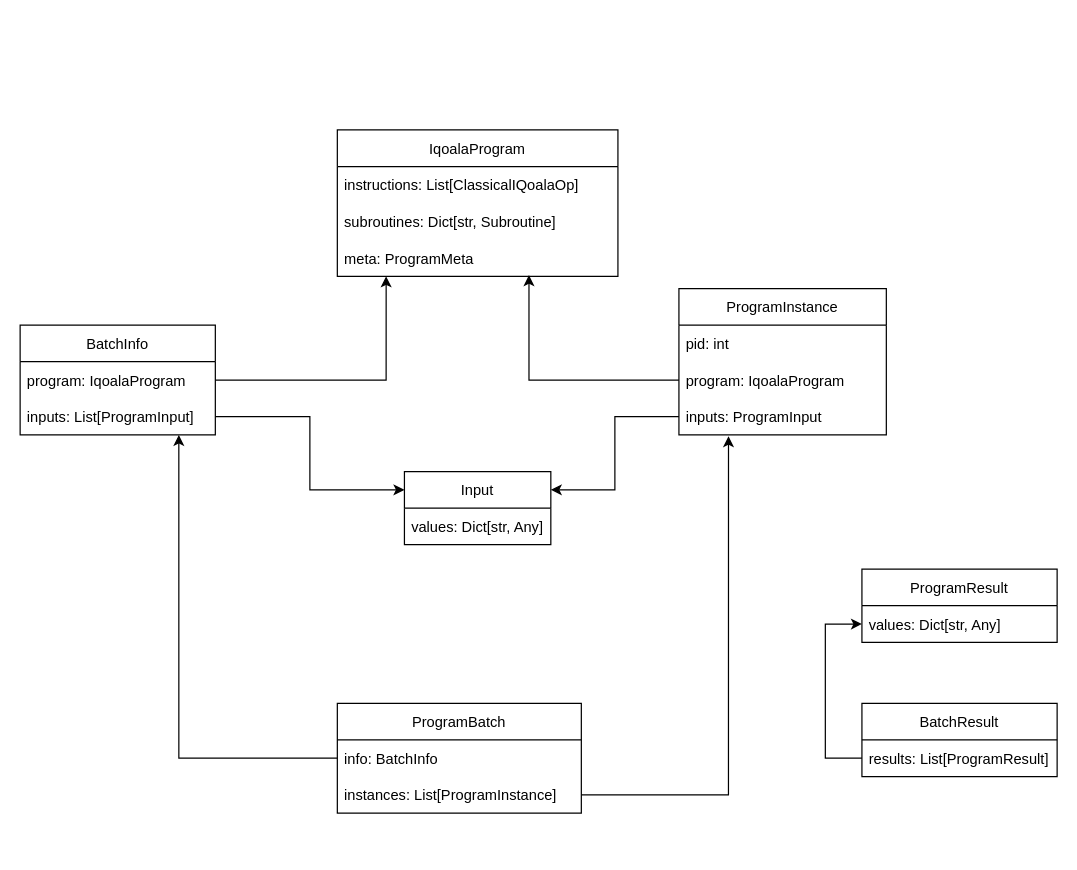
This is squidasm/qoala/arch/program_classes.drawio from QuTech-Delft/squidasm, a draw.io file, before an edit. Source tidied: cells renumbered, new cells numbered last; positions are measured from the earlier drawing's top-left corner, leaving out a move shared by most shapes. Both pictures are drawn from the tidied source at 122%, with x=0, y=0 at pixel (20, 129).
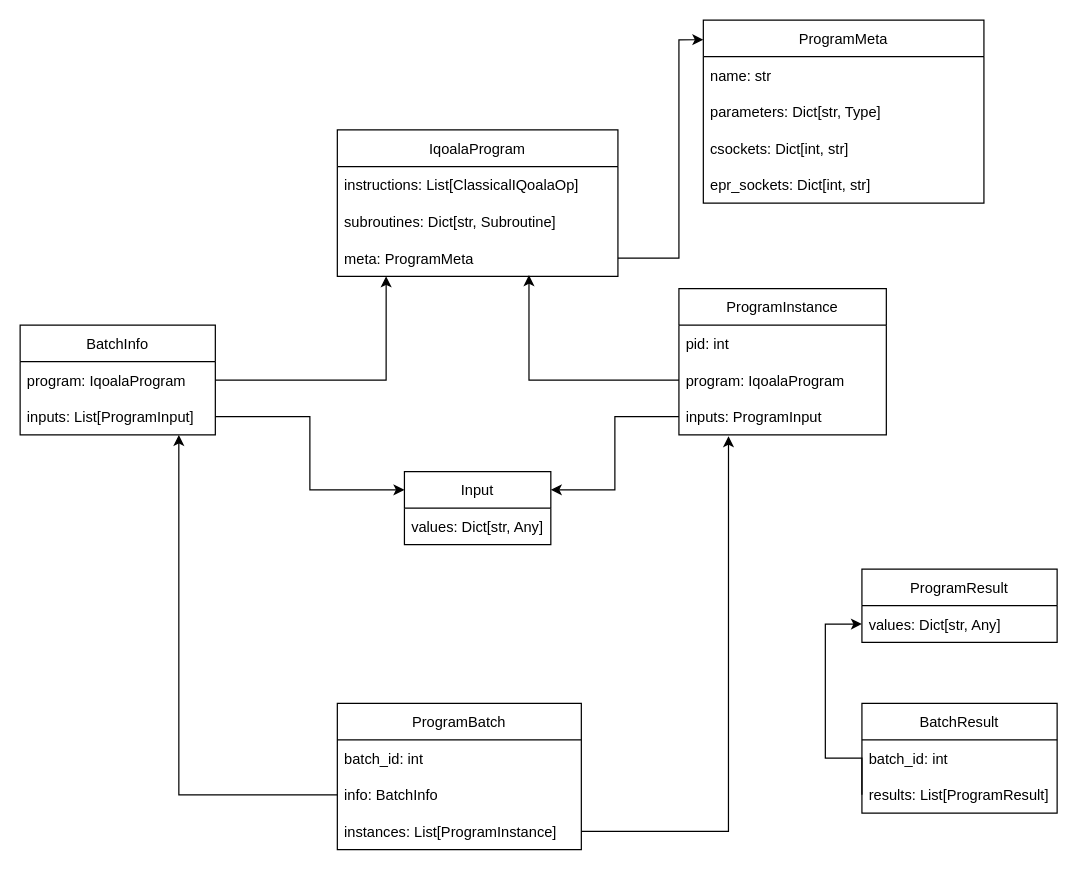
The same diagram, later.

The change refers to these unchanged cells:
```xml
<mxCell id="5" value="meta: ProgramMeta" style="text;strokeColor=none;fillColor=none;align=left;verticalAlign=middle;spacingLeft=4;spacingRight=4;overflow=hidden;points=[[0,0.5],[1,0.5]];portConstraint=eastwest;" parent="2" vertex="1">
  <mxGeometry y="90" width="230" height="30" as="geometry" />
</mxCell>
```

The edit, as a diff of the source:
```diff
@@
     <mxCell id="13" value="ProgramBatch" style="swimlane;fontStyle=0;horizontal=1;startSize=30;" parent="1" vertex="1">
-      <mxGeometry x="260" y="470" width="200" height="90" as="geometry" />
+      <mxGeometry x="260" y="470" width="200" height="120" as="geometry" />
     </mxCell>
+    <mxCell id="29" value="batch_id: int" style="text;strokeColor=none;fillColor=none;align=left;verticalAlign=middle;spacingLeft=4;spacingRight=4;overflow=hidden;" parent="13" vertex="1">
+      <mxGeometry y="30" width="200" height="30" as="geometry" />
+    </mxCell>
     <mxCell id="14" value="info: BatchInfo" style="text;strokeColor=none;fillColor=none;align=left;verticalAlign=middle;spacingLeft=4;spacingRight=4;overflow=hidden;points=[[0,0.5],[1,0.5]];portConstraint=eastwest;" parent="13" vertex="1">
-      <mxGeometry y="30" width="200" height="30" as="geometry" />
+      <mxGeometry y="60" width="200" height="30" as="geometry" />
     </mxCell>
     <mxCell id="15" value="instances: List[ProgramInstance]" style="text;strokeColor=none;fillColor=none;align=left;verticalAlign=middle;spacingLeft=4;spacingRight=4;overflow=hidden;points=[[0,0.5],[1,0.5]];portConstraint=eastwest;" parent="13" vertex="1">
-      <mxGeometry y="60" width="200" height="30" as="geometry" />
+      <mxGeometry y="90" width="200" height="30" as="geometry" />
     </mxCell>
@@
     <mxCell id="26" value="BatchResult" style="swimlane;fontStyle=0;horizontal=1;startSize=30;" parent="1" vertex="1">
-      <mxGeometry x="690" y="470" width="160" height="60" as="geometry" />
+      <mxGeometry x="690" y="470" width="160" height="90" as="geometry" />
     </mxCell>
+    <mxCell id="30" value="batch_id: int" style="text;strokeColor=none;fillColor=none;align=left;verticalAlign=middle;spacingLeft=4;spacingRight=4;overflow=hidden;" parent="26" vertex="1">
+      <mxGeometry y="30" width="160" height="30" as="geometry" />
+    </mxCell>
     <mxCell id="27" value="results: List[ProgramResult]" style="text;strokeColor=none;fillColor=none;align=left;verticalAlign=middle;spacingLeft=4;spacingRight=4;overflow=hidden;points=[[0,0.5],[1,0.5]];portConstraint=eastwest;" parent="26" vertex="1">
-      <mxGeometry y="30" width="160" height="30" as="geometry" />
+      <mxGeometry y="60" width="160" height="30" as="geometry" />
     </mxCell>
@@
+    <mxCell id="31" value="ProgramMeta" style="swimlane;fontStyle=0;horizontal=1;startSize=30;" parent="1" vertex="1">
+      <mxGeometry x="560" y="-90" width="230" height="150" as="geometry" />
+    </mxCell>
+    <mxCell id="32" value="name: str" style="text;strokeColor=none;fillColor=none;align=left;verticalAlign=middle;spacingLeft=4;spacingRight=4;overflow=hidden;" parent="31" vertex="1">
+      <mxGeometry y="30" width="230" height="30" as="geometry" />
+    </mxCell>
+    <mxCell id="33" value="parameters: Dict[str, Type]" style="text;strokeColor=none;fillColor=none;align=left;verticalAlign=middle;spacingLeft=4;spacingRight=4;overflow=hidden;" parent="31" vertex="1">
+      <mxGeometry y="60" width="230" height="30" as="geometry" />
+    </mxCell>
+    <mxCell id="34" value="csockets: Dict[int, str]" style="text;strokeColor=none;fillColor=none;align=left;verticalAlign=middle;spacingLeft=4;spacingRight=4;overflow=hidden;" parent="31" vertex="1">
+      <mxGeometry y="90" width="230" height="30" as="geometry" />
+    </mxCell>
+    <mxCell id="35" value="epr_sockets: Dict[int, str]" style="text;strokeColor=none;fillColor=none;align=left;verticalAlign=middle;spacingLeft=4;spacingRight=4;overflow=hidden;" parent="31" vertex="1">
+      <mxGeometry y="120" width="230" height="30" as="geometry" />
+    </mxCell>
+    <mxCell id="36" style="edgeStyle=orthogonalEdgeStyle;html=1;exitX=1;exitY=0.5;exitDx=0;exitDy=0;rounded=0;entryX=0;entryY=0.107;entryDx=0;entryDy=0;entryPerimeter=0;" parent="1" edge="1" source="5" target="31">
+      <mxGeometry relative="1" as="geometry">
+        <Array as="points">
+          <mxPoint x="540" y="105" />
+          <mxPoint x="540" y="-74" />
+        </Array>
+      </mxGeometry>
+    </mxCell>
```
